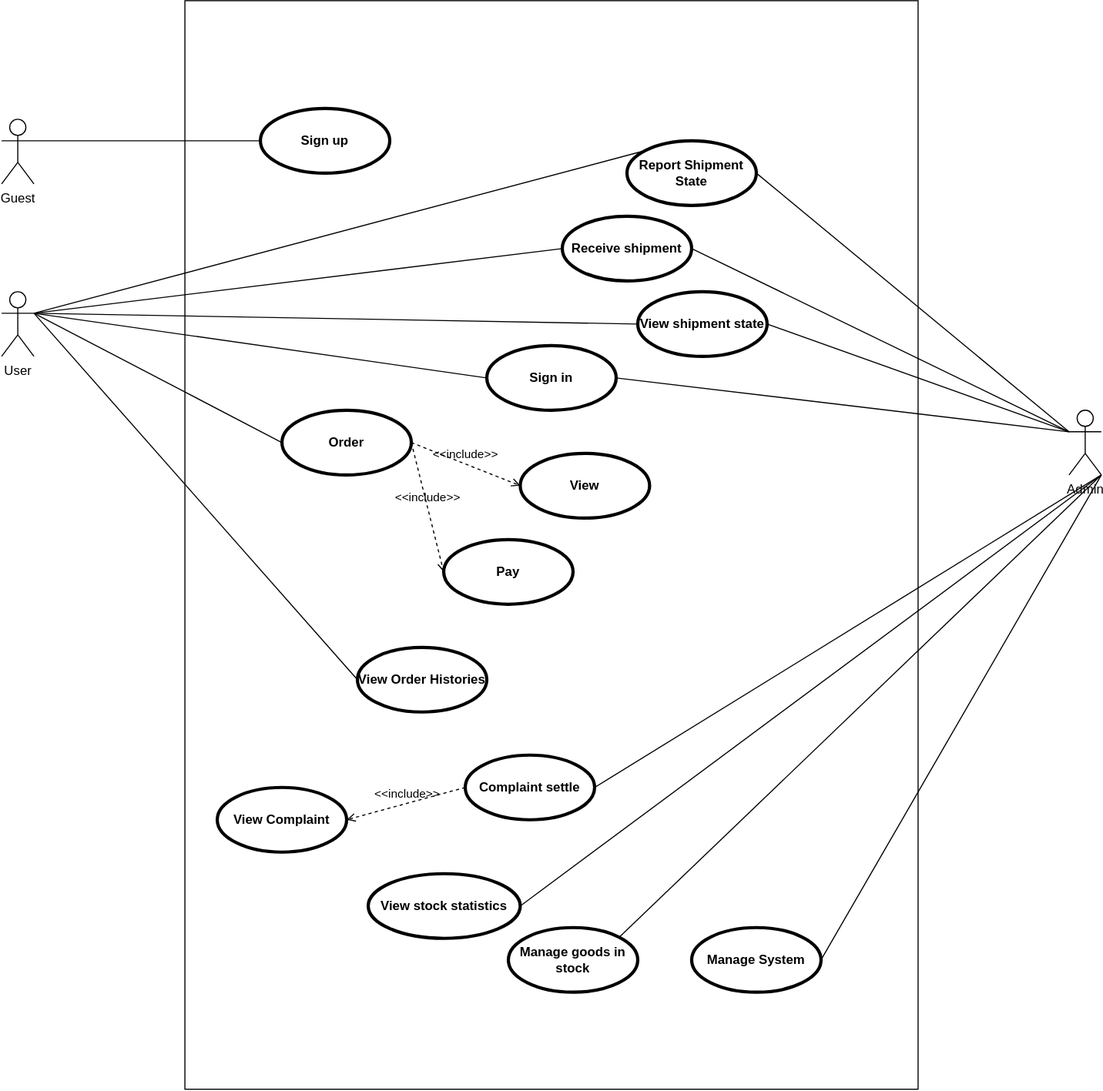
This is System_Design/UseCase/UseCase_DR.svg from giakhangnguyenlam/WebsiteTangQua, a draw.io export, as it was before one commit. Source tidied: cells renumbered, new cells last; positions are measured from the earlier drawing's top-left corner, leaving out a move shared by most shapes.
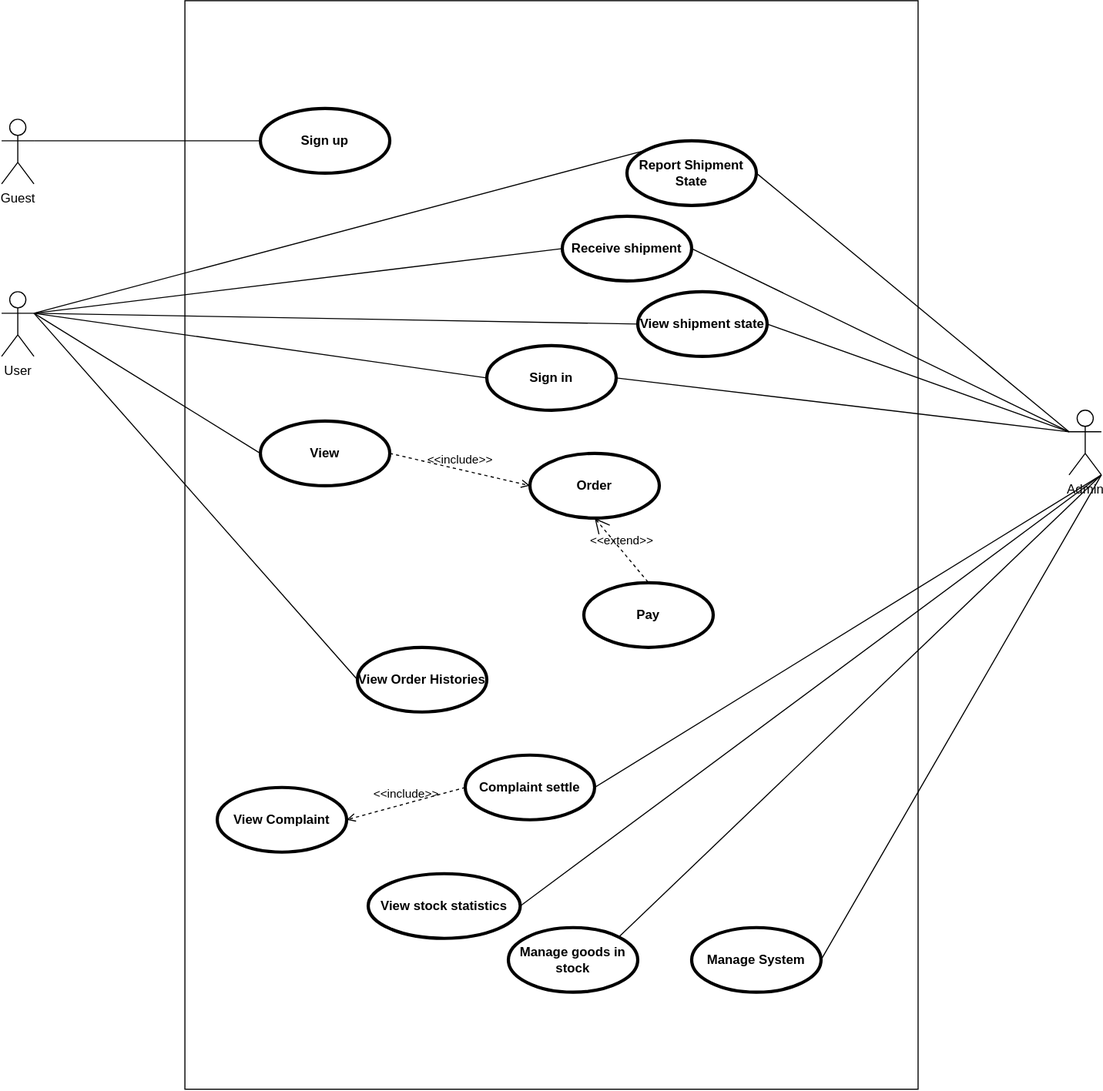
The same diagram one commit later.

The edit, as a diff of the source:
```diff
@@ -6,10 +6,10 @@
       <mxGeometry x="170" width="680" height="1010" as="geometry" />
     </mxCell>
     <mxCell id="3" value="View" style="shape=ellipse;html=1;strokeWidth=3;fontStyle=1;whiteSpace=wrap;align=center;perimeter=ellipsePerimeter;" parent="1" vertex="1">
-      <mxGeometry x="481" y="420" width="120" height="60" as="geometry" />
+      <mxGeometry x="240" y="390" width="120" height="60" as="geometry" />
     </mxCell>
     <mxCell id="4" value="Order" style="shape=ellipse;html=1;strokeWidth=3;fontStyle=1;whiteSpace=wrap;align=center;perimeter=ellipsePerimeter;" parent="1" vertex="1">
-      <mxGeometry x="260" y="380" width="120" height="60" as="geometry" />
+      <mxGeometry x="490" y="420" width="120" height="60" as="geometry" />
     </mxCell>
     <mxCell id="5" value="Sign up" style="shape=ellipse;html=1;strokeWidth=3;fontStyle=1;whiteSpace=wrap;align=center;perimeter=ellipsePerimeter;" parent="1" vertex="1">
       <mxGeometry x="240" y="100" width="120" height="60" as="geometry" />
@@ -18,7 +18,7 @@
       <mxGeometry x="450" y="320" width="120" height="60" as="geometry" />
     </mxCell>
     <mxCell id="7" value="Pay" style="shape=ellipse;html=1;strokeWidth=3;fontStyle=1;whiteSpace=wrap;align=center;perimeter=ellipsePerimeter;" parent="1" vertex="1">
-      <mxGeometry x="410" y="500" width="120" height="60" as="geometry" />
+      <mxGeometry x="540" y="540" width="120" height="60" as="geometry" />
     </mxCell>
     <mxCell id="8" value="Complaint settle" style="shape=ellipse;html=1;strokeWidth=3;fontStyle=1;whiteSpace=wrap;align=center;perimeter=ellipsePerimeter;" parent="1" vertex="1">
       <mxGeometry x="430" y="700" width="120" height="60" as="geometry" />
@@ -53,7 +53,7 @@
     <mxCell id="18" value="User" style="shape=umlActor;html=1;verticalLabelPosition=bottom;verticalAlign=top;align=center;" parent="1" vertex="1">
       <mxGeometry y="270" width="30" height="60" as="geometry" />
     </mxCell>
-    <mxCell id="19" style="edgeStyle=none;html=1;endArrow=none;verticalAlign=bottom;exitX=1;exitY=0.3333333333333333;exitDx=0;exitDy=0;exitPerimeter=0;entryX=0;entryY=0.5;entryDx=0;entryDy=0;" parent="1" edge="1" source="18" target="4">
+    <mxCell id="19" style="edgeStyle=none;html=1;endArrow=none;verticalAlign=bottom;exitX=1;exitY=0.3333333333333333;exitDx=0;exitDy=0;exitPerimeter=0;entryX=0;entryY=0.5;entryDx=0;entryDy=0;" parent="1" edge="1" source="18" target="3">
       <mxGeometry relative="1" as="geometry" />
     </mxCell>
     <mxCell id="20" style="edgeStyle=none;html=1;endArrow=none;verticalAlign=bottom;exitX=1;exitY=0.3333333333333333;exitDx=0;exitDy=0;exitPerimeter=0;entryX=0;entryY=0.5;entryDx=0;entryDy=0;" parent="1" edge="1" source="18" target="6">
@@ -101,14 +101,14 @@
     <mxCell id="34" style="edgeStyle=none;html=1;endArrow=none;verticalAlign=bottom;exitX=1;exitY=0.5;exitDx=0;exitDy=0;entryX=0;entryY=0.3333333333333333;entryDx=0;entryDy=0;entryPerimeter=0;" parent="1" edge="1" source="16" target="17">
       <mxGeometry relative="1" as="geometry" />
     </mxCell>
-    <mxCell id="35" value="&amp;lt;&amp;lt;include&amp;gt;&amp;gt;" style="edgeStyle=none;html=1;endArrow=open;verticalAlign=bottom;dashed=1;labelBackgroundColor=none;exitX=1;exitY=0.5;exitDx=0;exitDy=0;entryX=0;entryY=0.5;entryDx=0;entryDy=0;" parent="1" edge="1" source="4" target="3">
-      <mxGeometry relative="1" as="geometry" />
-    </mxCell>
+    <mxCell id="37" value="&amp;lt;&amp;lt;include&amp;gt;&amp;gt;" style="edgeStyle=none;html=1;endArrow=open;verticalAlign=bottom;dashed=1;labelBackgroundColor=none;exitX=0;exitY=0.5;exitDx=0;exitDy=0;entryX=1;entryY=0.5;entryDx=0;entryDy=0;" parent="1" edge="1" source="8" target="15">
+      <mxGeometry relative="1" as="geometry" />
+    </mxCell>
-    <mxCell id="36" value="&amp;lt;&amp;lt;include&amp;gt;&amp;gt;" style="edgeStyle=none;html=1;endArrow=open;verticalAlign=bottom;dashed=1;labelBackgroundColor=none;exitX=1;exitY=0.5;exitDx=0;exitDy=0;entryX=0;entryY=0.5;entryDx=0;entryDy=0;" parent="1" edge="1" source="4" target="7">
+    <mxCell id="36" value="&amp;lt;&amp;lt;extend&amp;gt;&amp;gt;" style="edgeStyle=none;html=1;startArrow=open;endArrow=none;startSize=12;verticalAlign=bottom;dashed=1;labelBackgroundColor=none;exitX=0.5;exitY=1;exitDx=0;exitDy=0;entryX=0.5;entryY=0;entryDx=0;entryDy=0;" parent="1" edge="1" source="4" target="7">
       <mxGeometry relative="1" as="geometry" />
     </mxCell>
-    <mxCell id="37" value="&amp;lt;&amp;lt;include&amp;gt;&amp;gt;" style="edgeStyle=none;html=1;endArrow=open;verticalAlign=bottom;dashed=1;labelBackgroundColor=none;exitX=0;exitY=0.5;exitDx=0;exitDy=0;entryX=1;entryY=0.5;entryDx=0;entryDy=0;" parent="1" edge="1" source="8" target="15">
-      <mxGeometry relative="1" as="geometry" />
-    </mxCell>
+    <mxCell id="38" value="&amp;lt;&amp;lt;include&amp;gt;&amp;gt;" style="edgeStyle=none;html=1;endArrow=open;verticalAlign=bottom;dashed=1;labelBackgroundColor=none;exitX=1;exitY=0.5;exitDx=0;exitDy=0;entryX=0;entryY=0.5;entryDx=0;entryDy=0;" parent="1" edge="1" source="3" target="4">
+      <mxGeometry relative="1" as="geometry" />
+    </mxCell>
   </root>
 </mxGraphModel>
```
